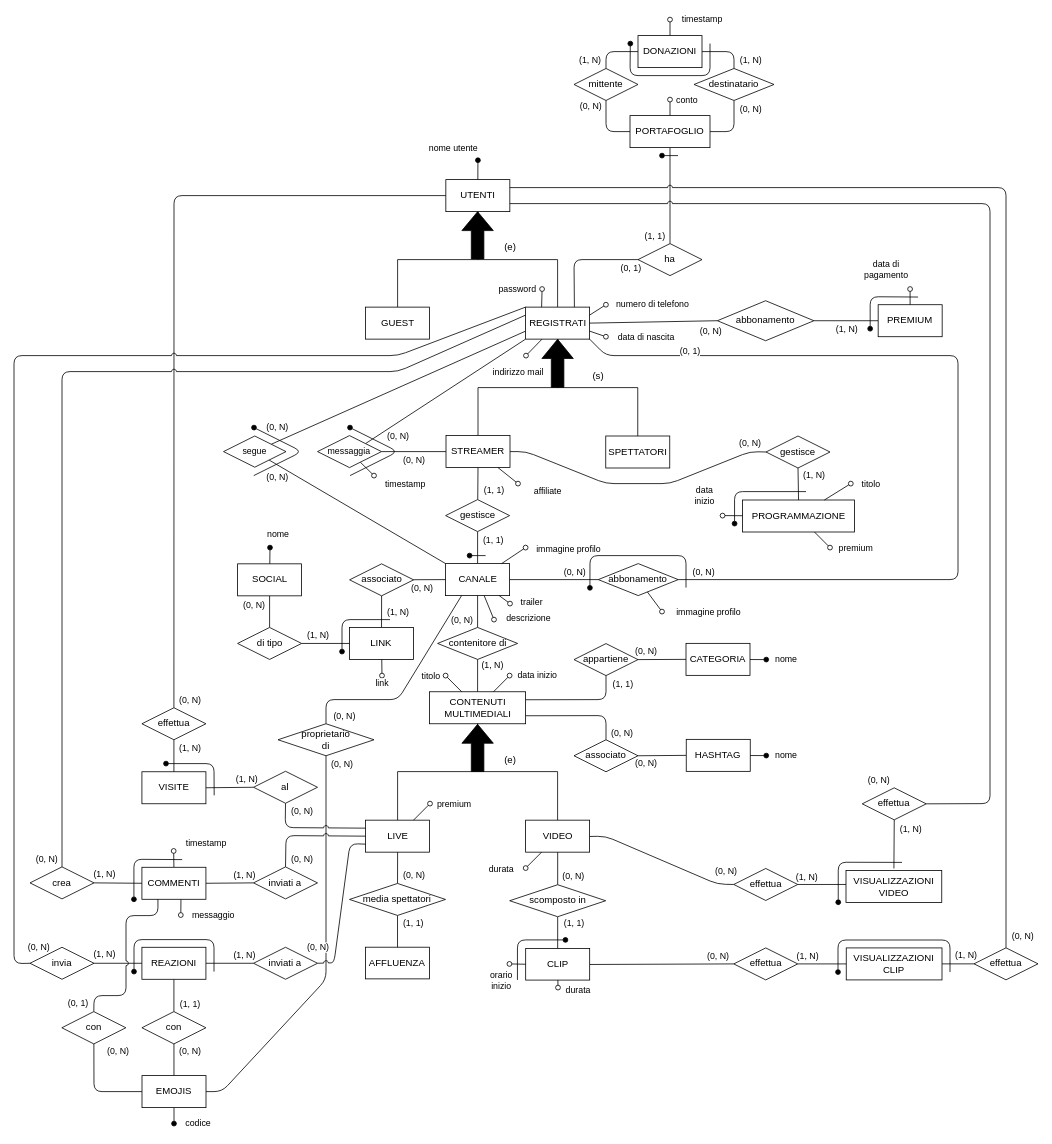
Above: Progetto Esame - DBSperimentazioni A.A. 2023-2024/Diagrammi/1.5 Schema E-R.drawio in Mattron2000/Basi_di_dati (draw.io), before the change. Source tidied: cells renumbered, new cells numbered last; positions are measured from the earlier drawing's top-left corner, leaving out a move shared by most shapes. Both pictures are drawn from the tidied source at 80%, with x=0, y=0 at pixel (14, 19).
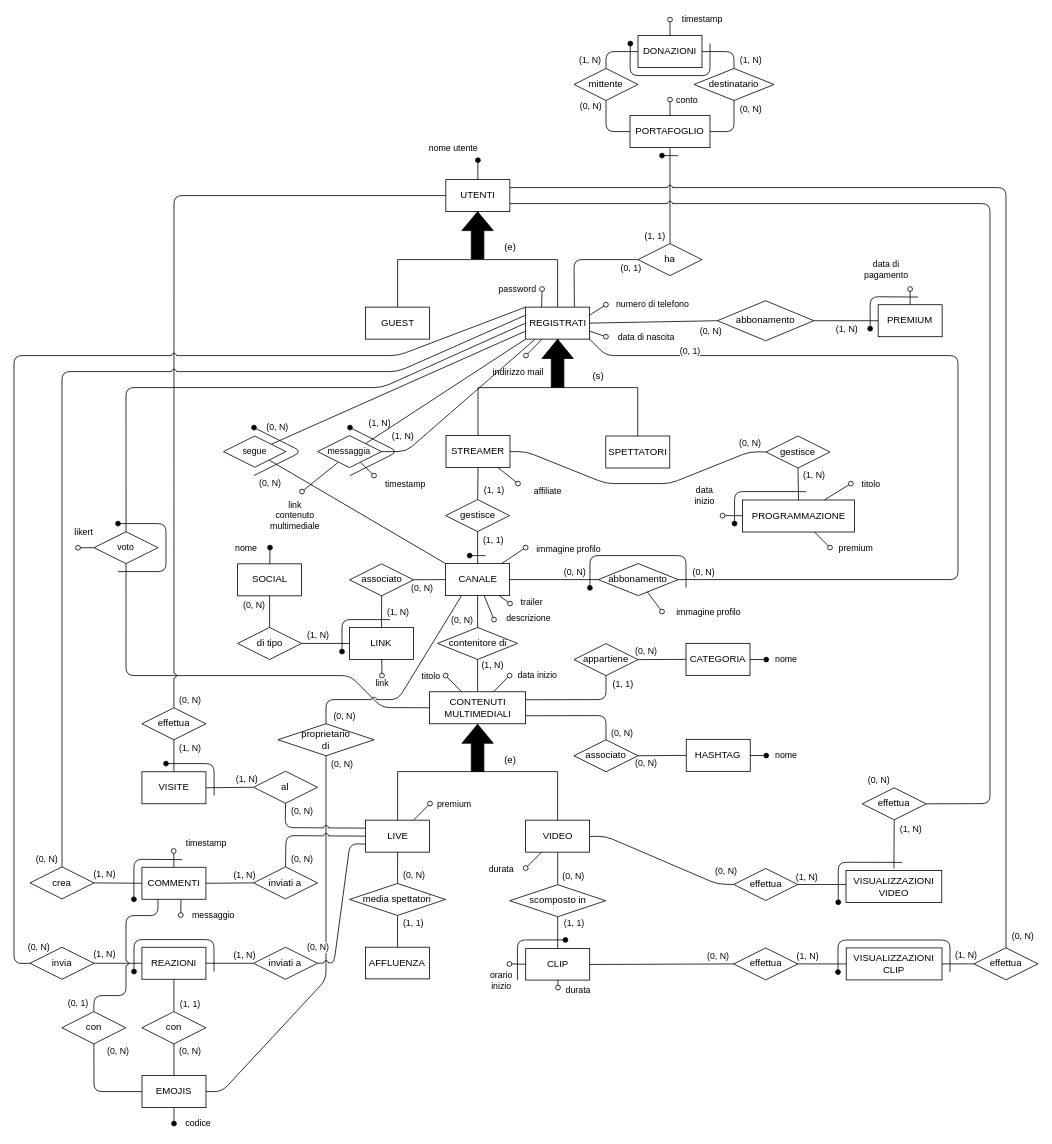
The same diagram, later.

Commit message:
Aggiornato mappa concettuale parte 6

Arrivato alla fine del terzo paragrafo del pdf alla pagina 4

Unchanged cells that the change refers to:
```xml
<mxCell id="25" value="REGISTRATI" style="whiteSpace=wrap;html=1;" parent="1" vertex="1">
  <mxGeometry x="639.5" y="359.4" width="80" height="40" as="geometry" />
</mxCell>
<mxCell id="31" value="STREAMER" style="whiteSpace=wrap;html=1;" parent="1" vertex="1">
  <mxGeometry x="540" y="520" width="80" height="40" as="geometry" />
</mxCell>
<mxCell id="58" value="messaggia" style="rhombus;whiteSpace=wrap;html=1;fontFamily=Helvetica;fontSize=11;fontColor=default;" parent="1" vertex="1">
  <mxGeometry x="379.4" y="520" width="80" height="40" as="geometry" />
</mxCell>
<mxCell id="77" value="segue" style="rhombus;whiteSpace=wrap;html=1;fontFamily=Helvetica;fontSize=11;fontColor=default;" parent="1" vertex="1">
  <mxGeometry x="261.9" y="520.5" width="78.1" height="39" as="geometry" />
</mxCell>
<mxCell id="84" value="LINK" style="rounded=0;whiteSpace=wrap;html=1;" parent="1" vertex="1">
  <mxGeometry x="419.4" y="759.8" width="80" height="40" as="geometry" />
</mxCell>
<mxCell id="91" value="di tipo" style="rhombus;whiteSpace=wrap;html=1;" parent="1" vertex="1">
  <mxGeometry x="279.5" y="759.8" width="80" height="40" as="geometry" />
</mxCell>
<mxCell id="93" style="endArrow=oval;html=1;fillStyle=auto;strokeWidth=1;startSize=6;endSize=6;fillColor=#000000;startArrow=none;startFill=0;endFill=1;" parent="1" edge="1" source="92">
  <mxGeometry relative="1" as="geometry">
    <mxPoint x="320" y="660" as="targetPoint" />
  </mxGeometry>
</mxCell>
<mxCell id="101" value="CONTENUTI&lt;br&gt;MULTIMEDIALI" style="rounded=0;whiteSpace=wrap;html=1;" parent="1" vertex="1">
  <mxGeometry x="519.5" y="840.2" width="120" height="40" as="geometry" />
</mxCell>
```

Diff of the diagram source:
```diff
@@
     <mxCell id="22" value="(0, N)" style="edgeStyle=none;shape=connector;rounded=0;jumpStyle=arc;html=1;exitX=0;exitY=0.75;exitDx=0;exitDy=0;labelBackgroundColor=default;strokeColor=default;fontFamily=Helvetica;fontSize=11;fontColor=default;endArrow=none;endFill=0;elbow=vertical;" parent="1" edge="1" source="25" target="77">
-      <mxGeometry x="1" y="41" relative="1" as="geometry">
-        <mxPoint x="-9" y="4" as="offset" />
+      <mxGeometry x="1" y="49" relative="1" as="geometry">
+        <mxPoint x="-21" y="4" as="offset" />
       </mxGeometry>
     </mxCell>
@@
-    <mxCell id="52" value="(0, N)" style="edgeLabel;html=1;align=center;verticalAlign=middle;fontSize=11;fontFamily=Helvetica;fontColor=default;" parent="1" vertex="1">
-      <mxGeometry x="479.5" y="520" as="geometry" />
+    <mxCell id="52" value="(1, N)" style="edgeLabel;html=1;align=center;verticalAlign=middle;fontSize=11;fontFamily=Helvetica;fontColor=default;" parent="1" vertex="1">
+      <mxGeometry x="450" y="500" as="geometry">
+        <mxPoint x="6" y="3" as="offset" />
+      </mxGeometry>
     </mxCell>
@@
-    <mxCell id="55" value="(0, N)" style="edgeLabel;html=1;align=center;verticalAlign=middle;fontSize=11;fontFamily=Helvetica;fontColor=default;" parent="1" vertex="1">
-      <mxGeometry x="499.4" y="550" as="geometry" />
+    <mxCell id="55" value="(1, N)" style="edgeLabel;html=1;align=center;verticalAlign=middle;fontSize=11;fontFamily=Helvetica;fontColor=default;" parent="1" vertex="1">
+      <mxGeometry x="490" y="550" as="geometry">
+        <mxPoint x="-5" y="-30" as="offset" />
+      </mxGeometry>
     </mxCell>
@@
-    <mxCell id="57" style="edgeStyle=none;shape=connector;rounded=0;jumpStyle=arc;html=1;exitX=1;exitY=0.5;exitDx=0;exitDy=0;entryX=0;entryY=0.5;entryDx=0;entryDy=0;labelBackgroundColor=default;strokeColor=default;fontFamily=Helvetica;fontSize=11;fontColor=default;endArrow=none;endFill=0;elbow=vertical;" parent="1" edge="1" source="58" target="31">
-      <mxGeometry relative="1" as="geometry" />
+    <mxCell id="57" style="edgeStyle=none;shape=connector;rounded=1;jumpStyle=arc;html=1;exitX=1;exitY=0.5;exitDx=0;exitDy=0;entryX=0.144;entryY=1.012;entryDx=0;entryDy=0;labelBackgroundColor=default;strokeColor=default;fontFamily=Helvetica;fontSize=11;fontColor=default;endArrow=none;endFill=0;elbow=vertical;entryPerimeter=0;" parent="1" edge="1" source="58" target="25">
+      <mxGeometry relative="1" as="geometry">
+        <Array as="points">
+          <mxPoint x="490" y="540" />
+        </Array>
+      </mxGeometry>
     </mxCell>
@@
-    <mxCell id="89" style="edgeStyle=none;shape=connector;rounded=1;fillStyle=auto;html=1;labelBackgroundColor=default;strokeColor=default;strokeWidth=1;fontFamily=Helvetica;fontSize=11;fontColor=default;endArrow=none;endFill=0;startSize=6;endSize=6;fillColor=#000000;" parent="1" edge="1" source="91" target="84">
+    <mxCell id="89" style="edgeStyle=none;shape=connector;rounded=1;fillStyle=auto;html=1;labelBackgroundColor=default;strokeColor=default;strokeWidth=1;fontFamily=Helvetica;fontSize=11;fontColor=default;endArrow=none;endFill=0;startSize=6;endSize=6;fillColor=#000000;jumpStyle=arc;" parent="1" edge="1" source="91" target="84">
       <mxGeometry relative="1" as="geometry" />
     </mxCell>
@@
     <mxCell id="94" value="nome" style="edgeLabel;html=1;align=center;verticalAlign=middle;fontSize=11;fontFamily=Helvetica;fontColor=default;" parent="93" vertex="1">
       <mxGeometry x="0.62" y="-1" relative="1" as="geometry">
-        <mxPoint x="9" y="-22" as="offset" />
+        <mxPoint x="-31" y="-4" as="offset" />
       </mxGeometry>
     </mxCell>
@@
+    <mxCell id="247" style="edgeStyle=none;html=1;exitX=0;exitY=0.5;exitDx=0;exitDy=0;endArrow=none;endFill=0;entryX=0.5;entryY=1;entryDx=0;entryDy=0;jumpStyle=arc;" parent="1" edge="1" source="101" target="251">
+      <mxGeometry relative="1" as="geometry">
+        <Array as="points">
+          <mxPoint x="460" y="860" />
+          <mxPoint x="420" y="820" />
+          <mxPoint x="140" y="820" />
+          <mxPoint x="140" y="700" />
+        </Array>
+      </mxGeometry>
+    </mxCell>
@@
+    <mxCell id="248" style="edgeStyle=none;html=1;exitX=0;exitY=0.5;exitDx=0;exitDy=0;endArrow=oval;endFill=0;" parent="1" edge="1" source="251">
+      <mxGeometry relative="1" as="geometry">
+        <mxPoint x="80" y="660.2" as="targetPoint" />
+      </mxGeometry>
+    </mxCell>
+    <mxCell id="249" value="likert" style="edgeLabel;html=1;align=center;verticalAlign=middle;" parent="248" vertex="1">
+      <mxGeometry x="0.38" relative="1" as="geometry">
+        <mxPoint y="-20" as="offset" />
+      </mxGeometry>
+    </mxCell>
+    <mxCell id="250" style="edgeStyle=none;html=1;exitX=0.5;exitY=0;exitDx=0;exitDy=0;entryX=0;entryY=0.5;entryDx=0;entryDy=0;endArrow=none;endFill=0;" parent="1" edge="1" source="251" target="25">
+      <mxGeometry relative="1" as="geometry">
+        <Array as="points">
+          <mxPoint x="140" y="460" />
+          <mxPoint x="460" y="460" />
+        </Array>
+      </mxGeometry>
+    </mxCell>
+    <mxCell id="251" value="voto" style="rhombus;whiteSpace=wrap;html=1;fontFamily=Helvetica;fontSize=11;fontColor=default;" parent="1" vertex="1">
+      <mxGeometry x="100" y="640.2" width="80.1" height="39.8" as="geometry" />
+    </mxCell>
+    <mxCell id="252" style="endArrow=oval;html=1;fillStyle=auto;strokeWidth=1;startSize=6;endSize=6;fillColor=#000000;startArrow=none;startFill=0;endFill=1;jumpStyle=none;" parent="1" edge="1">
+      <mxGeometry relative="1" as="geometry">
+        <mxPoint x="130" y="690" as="sourcePoint" />
+        <mxPoint x="130" y="630" as="targetPoint" />
+        <Array as="points">
+          <mxPoint x="190" y="690" />
+          <mxPoint x="190" y="630" />
+        </Array>
+      </mxGeometry>
+    </mxCell>
+    <mxCell id="253" style="edgeStyle=none;shape=connector;rounded=1;fillStyle=auto;html=1;labelBackgroundColor=default;strokeColor=default;strokeWidth=1;fontFamily=Helvetica;fontSize=11;fontColor=default;endArrow=none;endFill=0;startSize=6;endSize=6;fillColor=#000000;startArrow=oval;startFill=0;" parent="1" edge="1">
+      <mxGeometry relative="1" as="geometry">
+        <mxPoint x="360" y="590" as="sourcePoint" />
+        <mxPoint x="405.2" y="553.4" as="targetPoint" />
+      </mxGeometry>
+    </mxCell>
+    <mxCell id="254" value="link&lt;br&gt;contenuto&lt;br&gt;multimediale" style="edgeLabel;html=1;align=center;verticalAlign=middle;fontSize=11;fontFamily=Helvetica;fontColor=default;" parent="253" vertex="1">
+      <mxGeometry x="-0.26" y="1" relative="1" as="geometry">
+        <mxPoint x="-26" y="44" as="offset" />
+      </mxGeometry>
+    </mxCell>
```
